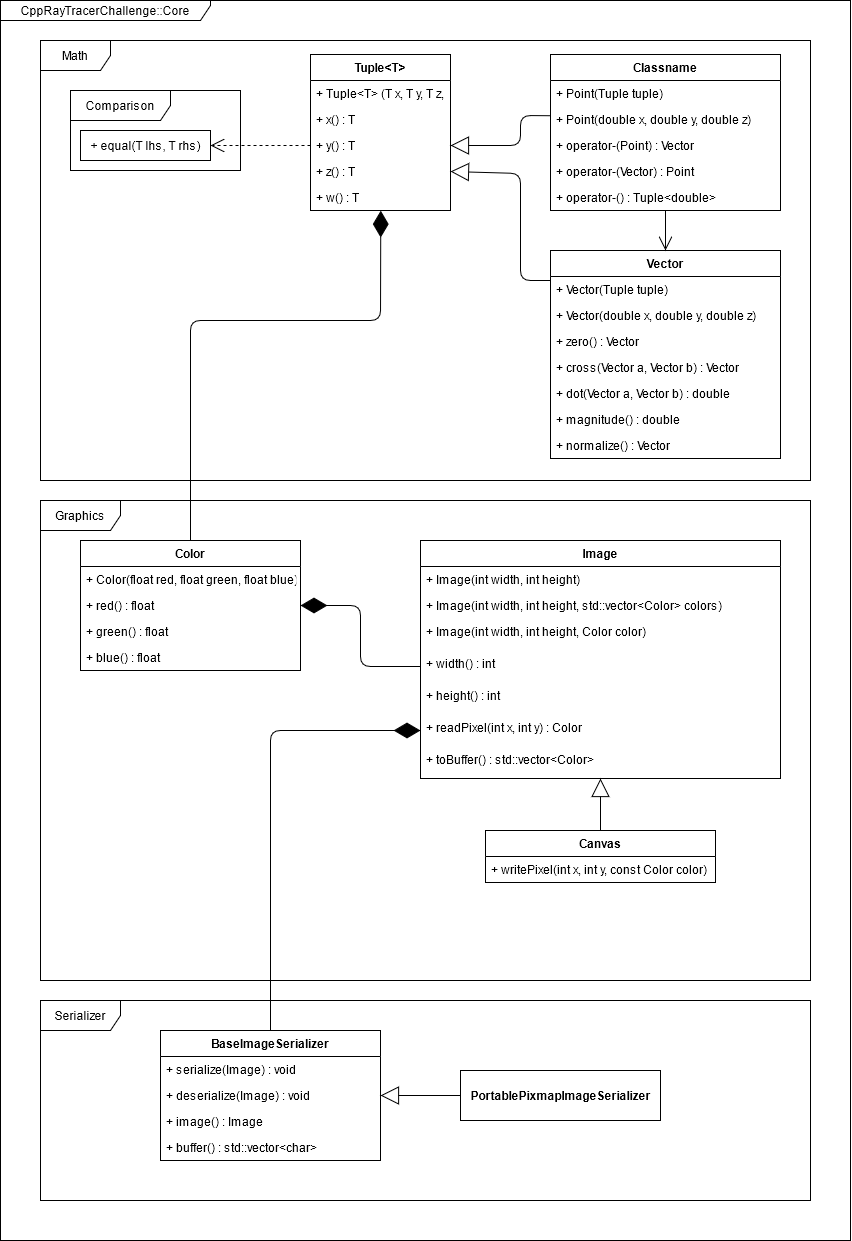
The draw.io diagram docs/class_diagram.png in Reccy/CppRayTracerChallenge, before a commit. Source tidied: cells renumbered, new cells last; positions are measured from the earlier drawing's top-left corner, leaving out a move shared by most shapes.
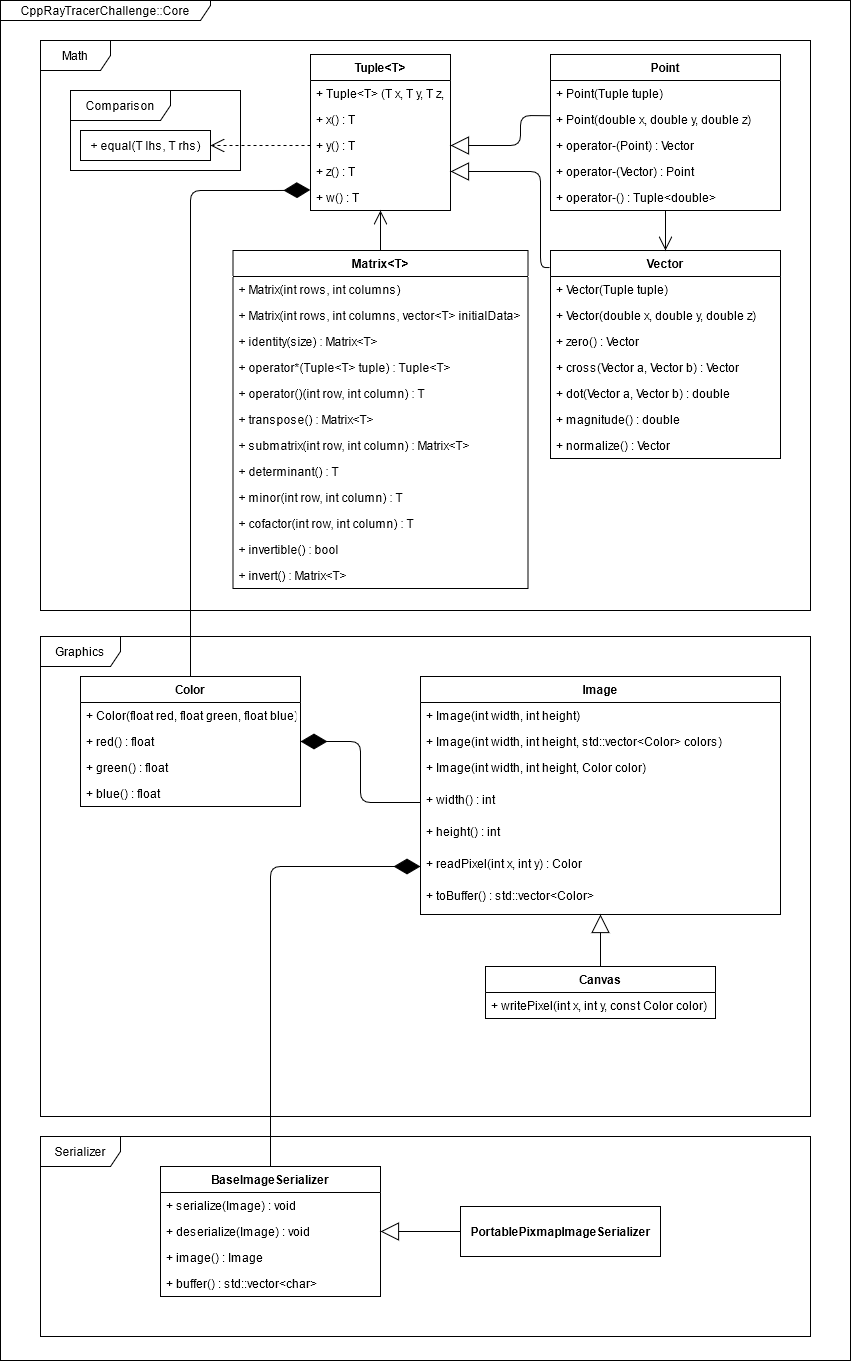
The same file after the commit.

Commit message:
Update docs to include Matrix class.

What changed in the source:
```diff
@@ -3,13 +3,13 @@
     <mxCell id="0" />
     <mxCell id="1" parent="0" />
     <mxCell id="2" value="CppRayTracerChallenge::Core" style="shape=umlFrame;whiteSpace=wrap;html=1;width=210;height=20;" parent="1" vertex="1">
-      <mxGeometry width="850" height="1240" as="geometry" />
+      <mxGeometry width="850" height="1360" as="geometry" />
     </mxCell>
     <mxCell id="3" value="Graphics" style="shape=umlFrame;whiteSpace=wrap;html=1;width=80;height=30;" parent="1" vertex="1">
-      <mxGeometry x="40" y="500" width="770" height="480" as="geometry" />
+      <mxGeometry x="40" y="636" width="770" height="480" as="geometry" />
     </mxCell>
     <mxCell id="4" value="Math" style="shape=umlFrame;whiteSpace=wrap;html=1;width=70;height=30;" parent="1" vertex="1">
-      <mxGeometry x="40" y="40" width="770" height="440" as="geometry" />
+      <mxGeometry x="40" y="40" width="770" height="570" as="geometry" />
     </mxCell>
     <mxCell id="5" style="endArrow=block;endSize=16;endFill=0;html=1;exitX=0.001;exitY=0.355;exitDx=0;exitDy=0;entryX=1;entryY=0.5;entryDx=0;entryDy=0;exitPerimeter=0;" parent="1" edge="1" source="47" target="34">
       <mxGeometry relative="1" as="geometry">
@@ -25,23 +25,22 @@
     <mxCell id="7" value="&lt;div&gt;&lt;br&gt;&lt;/div&gt;" style="edgeLabel;html=1;align=center;verticalAlign=middle;" parent="5" vertex="1">
       <mxGeometry x="-0.39" y="3" relative="1" as="geometry" />
     </mxCell>
-    <mxCell id="8" style="endArrow=block;endSize=16;endFill=0;html=1;exitX=0;exitY=0.5;exitDx=0;exitDy=0;entryX=1;entryY=0.5;entryDx=0;entryDy=0;" parent="1" edge="1" target="35">
+    <mxCell id="8" style="endArrow=block;endSize=16;endFill=0;html=1;exitX=-0.004;exitY=0.082;exitDx=0;exitDy=0;entryX=1;entryY=0.5;entryDx=0;entryDy=0;exitPerimeter=0;" parent="1" edge="1" source="37" target="35">
       <mxGeometry relative="1" as="geometry">
-        <mxPoint x="550" y="280" as="sourcePoint" />
         <Array as="points">
-          <mxPoint x="520" y="280" />
-          <mxPoint x="520" y="173" />
+          <mxPoint x="540" y="267" />
+          <mxPoint x="540" y="171" />
         </Array>
       </mxGeometry>
     </mxCell>
     <mxCell id="9" style="endArrow=open;endSize=12;dashed=1;html=1;exitX=0;exitY=0.5;exitDx=0;exitDy=0;entryX=1;entryY=0.5;entryDx=0;entryDy=0;" parent="1" edge="1" source="34" target="30">
       <mxGeometry relative="1" as="geometry" />
     </mxCell>
-    <mxCell id="10" style="endArrow=diamondThin;endFill=1;endSize=24;html=1;entryX=0.502;entryY=1.005;entryDx=0;entryDy=0;exitX=0.5;exitY=0;exitDx=0;exitDy=0;entryPerimeter=0;" parent="1" edge="1" source="23" target="36">
+    <mxCell id="10" style="endArrow=diamondThin;endFill=1;endSize=24;html=1;entryX=-0.001;entryY=0.208;entryDx=0;entryDy=0;exitX=0.5;exitY=0;exitDx=0;exitDy=0;entryPerimeter=0;" parent="1" edge="1" source="23" target="36">
       <mxGeometry relative="1" as="geometry">
         <Array as="points">
-          <mxPoint x="190" y="320" />
-          <mxPoint x="380" y="320" />
+          <mxPoint x="190" y="190" />
+          <mxPoint x="280" y="190" />
         </Array>
       </mxGeometry>
     </mxCell>
@@ -49,7 +48,7 @@
       <mxGeometry relative="1" as="geometry" />
     </mxCell>
     <mxCell id="12" value="Image" style="swimlane;fontStyle=1;horizontal=1;startSize=26;fillColor=none;" parent="1" vertex="1">
-      <mxGeometry x="420" y="540" width="360" height="238" as="geometry" />
+      <mxGeometry x="420" y="676" width="360" height="238" as="geometry" />
     </mxCell>
     <mxCell id="13" value="+ Image(int width, int height)" style="text;strokeColor=none;fillColor=none;align=left;verticalAlign=top;spacingLeft=4;spacingRight=4;overflow=hidden;" parent="12" vertex="1">
       <mxGeometry y="26" width="360" height="26" as="geometry" />
@@ -73,7 +72,7 @@
       <mxGeometry y="206" width="360" height="32" as="geometry" />
     </mxCell>
     <mxCell id="20" value="Canvas" style="swimlane;fontStyle=1;horizontal=1;startSize=26;fillColor=none;" parent="1" vertex="1">
-      <mxGeometry x="485" y="830" width="230" height="52" as="geometry" />
+      <mxGeometry x="485" y="966" width="230" height="52" as="geometry" />
     </mxCell>
     <mxCell id="21" value="+ writePixel(int x, int y, const Color color)" style="text;strokeColor=none;fillColor=none;align=left;verticalAlign=top;spacingLeft=4;spacingRight=4;overflow=hidden;" parent="20" vertex="1">
       <mxGeometry y="26" width="230" height="26" as="geometry" />
@@ -82,7 +81,7 @@
       <mxGeometry relative="1" as="geometry" />
     </mxCell>
     <mxCell id="23" value="Color" style="swimlane;fontStyle=1;horizontal=1;startSize=26;fillColor=none;" parent="1" vertex="1">
-      <mxGeometry x="80" y="540" width="220" height="130" as="geometry" />
+      <mxGeometry x="80" y="676" width="220" height="130" as="geometry" />
     </mxCell>
     <mxCell id="24" value="+ Color(float red, float green, float blue)" style="text;strokeColor=none;fillColor=none;align=left;verticalAlign=top;spacingLeft=4;spacingRight=4;overflow=hidden;" parent="23" vertex="1">
       <mxGeometry y="26" width="220" height="26" as="geometry" />
@@ -99,8 +98,8 @@
     <mxCell id="28" style="endArrow=diamondThin;endFill=1;endSize=24;html=1;exitX=0;exitY=0.5;exitDx=0;exitDy=0;entryX=1;entryY=0.5;entryDx=0;entryDy=0;" parent="1" edge="1" source="16" target="23">
       <mxGeometry relative="1" as="geometry">
         <Array as="points">
-          <mxPoint x="360" y="666" />
-          <mxPoint x="360" y="605" />
+          <mxPoint x="360" y="802" />
+          <mxPoint x="360" y="741" />
         </Array>
       </mxGeometry>
     </mxCell>
@@ -152,7 +151,7 @@
     <mxCell id="44" value="+ normalize() : Vector" style="text;strokeColor=none;fillColor=none;align=left;verticalAlign=top;spacingLeft=4;spacingRight=4;overflow=hidden;" parent="37" vertex="1">
       <mxGeometry y="182" width="230" height="26" as="geometry" />
     </mxCell>
-    <mxCell id="45" value="Classname" style="swimlane;fontStyle=1;horizontal=1;startSize=26;fillColor=none;" parent="1" vertex="1">
+    <mxCell id="45" value="Point" style="swimlane;fontStyle=1;horizontal=1;startSize=26;fillColor=none;" parent="1" vertex="1">
       <mxGeometry x="550" y="54" width="230" height="156" as="geometry" />
     </mxCell>
     <mxCell id="46" value="+ Point(Tuple tuple)" style="text;strokeColor=none;fillColor=none;align=left;verticalAlign=top;spacingLeft=4;spacingRight=4;overflow=hidden;" parent="45" vertex="1">
@@ -171,10 +170,10 @@
       <mxGeometry y="130" width="230" height="26" as="geometry" />
     </mxCell>
     <mxCell id="51" value="Serializer" style="shape=umlFrame;whiteSpace=wrap;html=1;width=80;height=30;" parent="1" vertex="1">
-      <mxGeometry x="40" y="1000" width="770" height="200" as="geometry" />
+      <mxGeometry x="40" y="1136" width="770" height="200" as="geometry" />
     </mxCell>
     <mxCell id="52" value="BaseImageSerializer" style="swimlane;fontStyle=1;horizontal=1;startSize=26;fillColor=none;" parent="1" vertex="1">
-      <mxGeometry x="160" y="1030" width="220" height="130" as="geometry" />
+      <mxGeometry x="160" y="1166" width="220" height="130" as="geometry" />
     </mxCell>
     <mxCell id="53" value="+ serialize(Image) : void" style="text;strokeColor=none;fillColor=none;align=left;verticalAlign=top;spacingLeft=4;spacingRight=4;overflow=hidden;" parent="52" vertex="1">
       <mxGeometry y="26" width="220" height="26" as="geometry" />
@@ -189,7 +188,7 @@
       <mxGeometry y="104" width="220" height="26" as="geometry" />
     </mxCell>
     <mxCell id="57" value="&lt;b&gt;PortablePixmapImageSerializer&lt;/b&gt;" style="html=1;" parent="1" vertex="1">
-      <mxGeometry x="460" y="1070" width="200" height="50" as="geometry" />
+      <mxGeometry x="460" y="1206" width="200" height="50" as="geometry" />
     </mxCell>
     <mxCell id="58" style="endArrow=block;endSize=16;endFill=0;html=1;exitX=0;exitY=0.5;exitDx=0;exitDy=0;entryX=1;entryY=0.5;entryDx=0;entryDy=0;" parent="1" edge="1" source="57" target="54">
       <mxGeometry relative="1" as="geometry" />
@@ -197,9 +196,51 @@
     <mxCell id="59" style="endArrow=diamondThin;endFill=1;endSize=24;html=1;entryX=0;entryY=0.5;entryDx=0;entryDy=0;exitX=0.5;exitY=0;exitDx=0;exitDy=0;" parent="1" edge="1" source="52" target="18">
       <mxGeometry relative="1" as="geometry">
         <Array as="points">
-          <mxPoint x="270" y="730" />
+          <mxPoint x="270" y="866" />
         </Array>
       </mxGeometry>
     </mxCell>
+    <mxCell id="60" value="Matrix&lt;T&gt;" style="swimlane;fontStyle=1;horizontal=1;startSize=26;fillColor=none;" parent="1" vertex="1">
+      <mxGeometry x="232.5" y="250" width="295" height="338" as="geometry" />
+    </mxCell>
+    <mxCell id="61" value="+ Matrix(int rows, int columns)" style="text;strokeColor=none;fillColor=none;align=left;verticalAlign=top;spacingLeft=4;spacingRight=4;overflow=hidden;" parent="60" vertex="1">
+      <mxGeometry y="26" width="295" height="26" as="geometry" />
+    </mxCell>
+    <mxCell id="62" value="+ Matrix(int rows, int columns, vector&lt;T&gt; initialData&gt;" style="text;strokeColor=none;fillColor=none;align=left;verticalAlign=top;spacingLeft=4;spacingRight=4;overflow=hidden;" parent="60" vertex="1">
+      <mxGeometry y="52" width="295" height="26" as="geometry" />
+    </mxCell>
+    <mxCell id="63" value="+ identity(size) : Matrix&lt;T&gt;" style="text;strokeColor=none;fillColor=none;align=left;verticalAlign=top;spacingLeft=4;spacingRight=4;overflow=hidden;" parent="60" vertex="1">
+      <mxGeometry y="78" width="295" height="26" as="geometry" />
+    </mxCell>
+    <mxCell id="64" value="+ operator*(Tuple&lt;T&gt; tuple) : Tuple&lt;T&gt;" style="text;strokeColor=none;fillColor=none;align=left;verticalAlign=top;spacingLeft=4;spacingRight=4;overflow=hidden;" parent="60" vertex="1">
+      <mxGeometry y="104" width="295" height="26" as="geometry" />
+    </mxCell>
+    <mxCell id="65" value="+ operator()(int row, int column) : T" style="text;strokeColor=none;fillColor=none;align=left;verticalAlign=top;spacingLeft=4;spacingRight=4;overflow=hidden;" parent="60" vertex="1">
+      <mxGeometry y="130" width="295" height="26" as="geometry" />
+    </mxCell>
+    <mxCell id="66" value="+ transpose() : Matrix&lt;T&gt;" style="text;strokeColor=none;fillColor=none;align=left;verticalAlign=top;spacingLeft=4;spacingRight=4;overflow=hidden;" parent="60" vertex="1">
+      <mxGeometry y="156" width="295" height="26" as="geometry" />
+    </mxCell>
+    <mxCell id="67" value="+ submatrix(int row, int column) : Matrix&lt;T&gt;" style="text;strokeColor=none;fillColor=none;align=left;verticalAlign=top;spacingLeft=4;spacingRight=4;overflow=hidden;" parent="60" vertex="1">
+      <mxGeometry y="182" width="295" height="26" as="geometry" />
+    </mxCell>
+    <mxCell id="68" value="+ determinant() : T" style="text;strokeColor=none;fillColor=none;align=left;verticalAlign=top;spacingLeft=4;spacingRight=4;overflow=hidden;" parent="60" vertex="1">
+      <mxGeometry y="208" width="295" height="26" as="geometry" />
+    </mxCell>
+    <mxCell id="69" value="+ minor(int row, int column) : T" style="text;strokeColor=none;fillColor=none;align=left;verticalAlign=top;spacingLeft=4;spacingRight=4;overflow=hidden;" parent="60" vertex="1">
+      <mxGeometry y="234" width="295" height="26" as="geometry" />
+    </mxCell>
+    <mxCell id="70" value="+ cofactor(int row, int column) : T" style="text;strokeColor=none;fillColor=none;align=left;verticalAlign=top;spacingLeft=4;spacingRight=4;overflow=hidden;" parent="60" vertex="1">
+      <mxGeometry y="260" width="295" height="26" as="geometry" />
+    </mxCell>
+    <mxCell id="71" value="+ invertible() : bool" style="text;strokeColor=none;fillColor=none;align=left;verticalAlign=top;spacingLeft=4;spacingRight=4;overflow=hidden;" parent="60" vertex="1">
+      <mxGeometry y="286" width="295" height="26" as="geometry" />
+    </mxCell>
+    <mxCell id="72" value="+ invert() : Matrix&lt;T&gt;" style="text;strokeColor=none;fillColor=none;align=left;verticalAlign=top;spacingLeft=4;spacingRight=4;overflow=hidden;" parent="60" vertex="1">
+      <mxGeometry y="312" width="295" height="26" as="geometry" />
+    </mxCell>
+    <mxCell id="73" style="endArrow=open;endFill=1;endSize=12;html=1;entryX=0.5;entryY=1;entryDx=0;entryDy=0;exitX=0.5;exitY=0;exitDx=0;exitDy=0;" parent="1" edge="1" source="60" target="31">
+      <mxGeometry relative="1" as="geometry" />
+    </mxCell>
   </root>
 </mxGraphModel>
```
